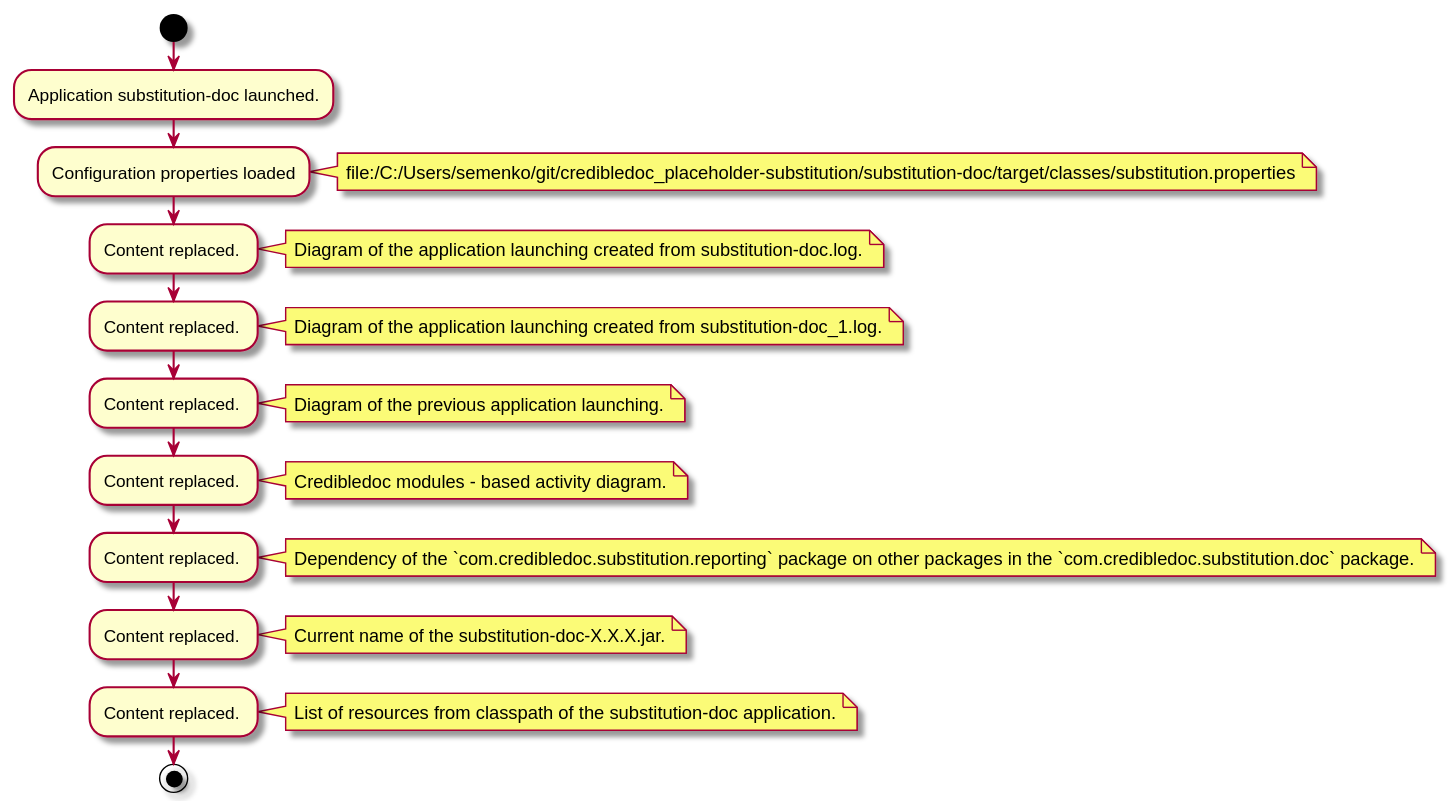
This is substitution-doc/doc/img/diagrams.md_2.svg from credibledoc/credible-doc, a PlantUML export, as it was before one commit.
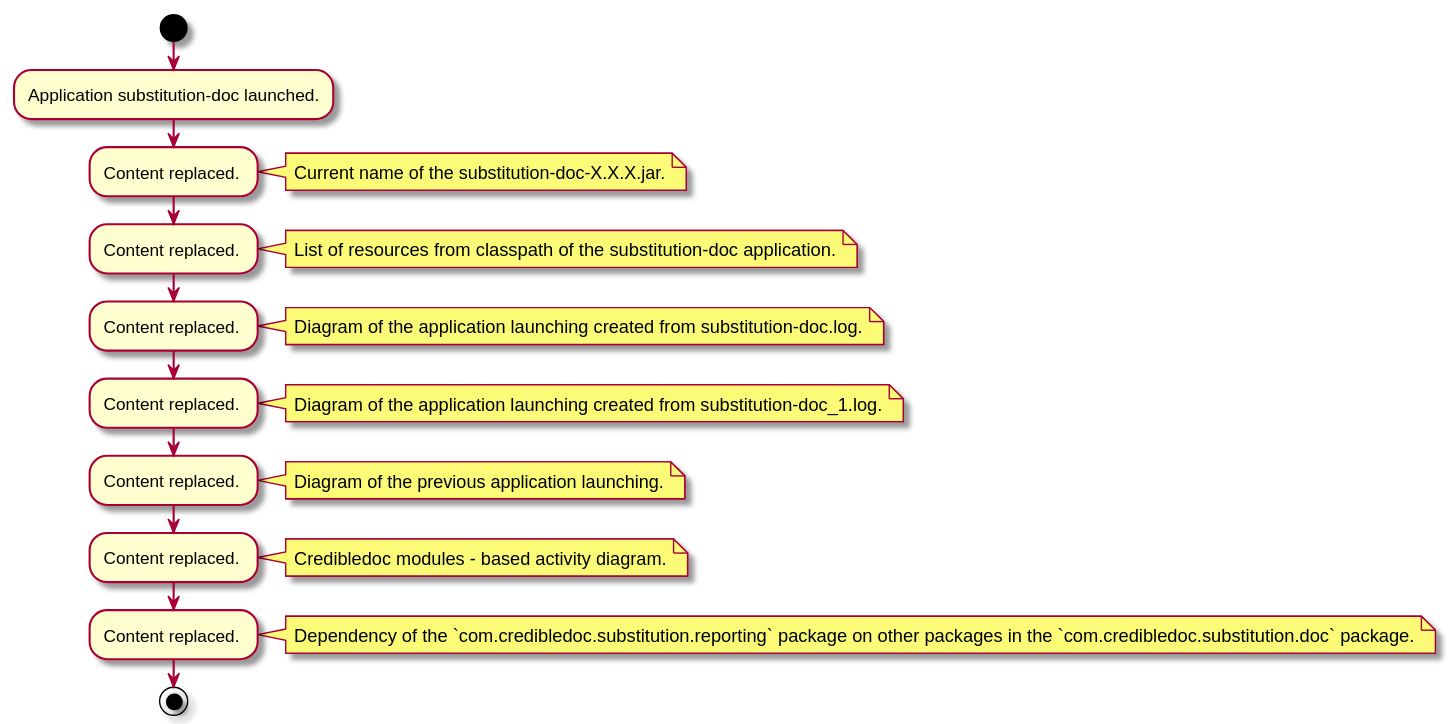
Later version of the same file.

Commit message:
Documentation of substitution-doc and log-combiner-doc modules

Diff of the diagram source:
```diff
@@ -2,9 +2,14 @@
 start
 :Application substitution-doc launched.;
 
-:Configuration properties loaded;
+:Content replaced. ;
 note right
-file:/C:/Users/semenko/git/credibledoc_placeholder-substitution/substitution-doc/target/classes/substitution.properties
+Current name of the substitution-doc-X.X.X.jar.
+end note
+
+:Content replaced. ;
+note right
+List of resources from classpath of the substitution-doc application.
 end note
 
 :Content replaced. ;
@@ -32,16 +37,6 @@
 Dependency of the `com.credibledoc.substitution.reporting` package on other packages in the `com.credibledoc.substitution.doc` package.
 end note
 
-:Content replaced. ;
-note right
-Current name of the substitution-doc-X.X.X.jar.
-end note
-
-:Content replaced. ;
-note right
-List of resources from classpath of the substitution-doc application.
-end note
-
 stop
 
 @enduml
```
